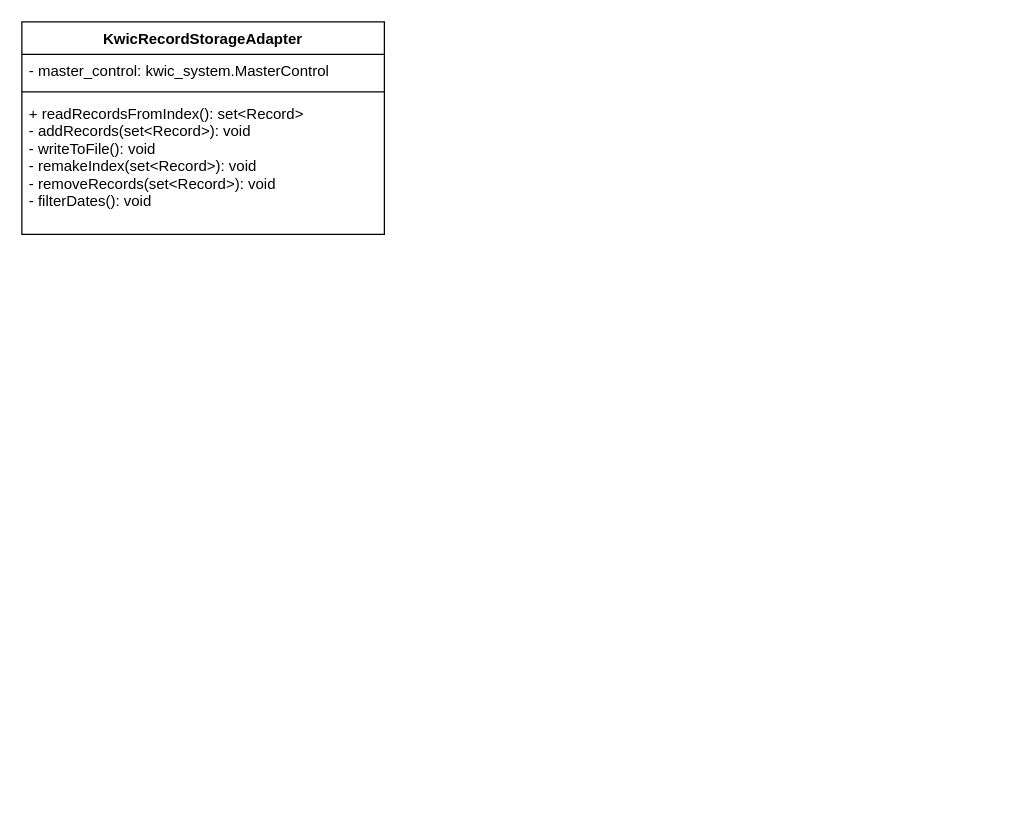
Earlier version of the draw.io diagram To-Do List Builder/cyberminer_class_diagram.drawio (kntnguyen94/To-Do-List-Builder). Source tidied: cells renumbered, new cells numbered last; positions are measured from the earlier drawing's top-left corner, leaving out a move shared by most shapes. Both pictures are drawn from the tidied source at 125%, with x=0, y=0 at pixel (21, 21).
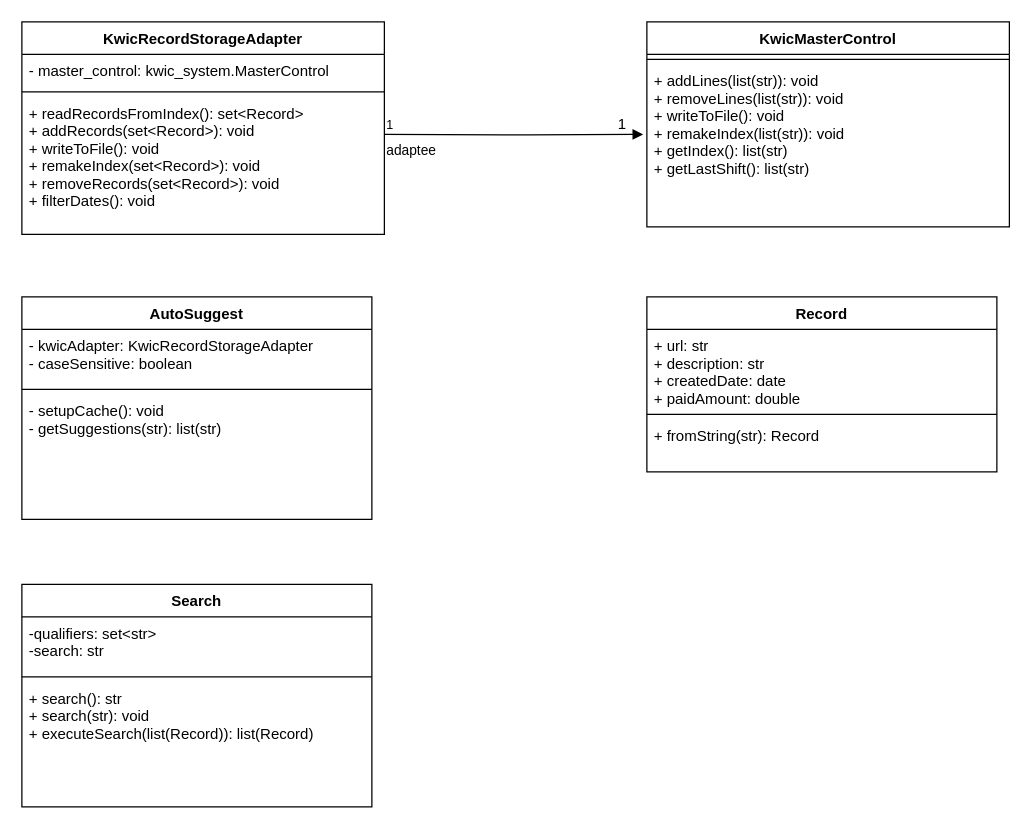
After the change.

Unchanged cells that the change refers to:
```xml
<mxCell id="2" value="KwicRecordStorageAdapter" style="swimlane;fontStyle=1;align=center;verticalAlign=top;horizontal=1;startSize=26;" parent="1" vertex="1">
  <mxGeometry width="290" height="170" as="geometry" />
</mxCell>
```

The edit, as a diff of the source:
```diff
@@
-    <mxCell id="5" value="+ readRecordsFromIndex(): set&lt;Record&gt;&#10;- addRecords(set&lt;Record&gt;): void&#10;- writeToFile(): void&#10;- remakeIndex(set&lt;Record&gt;): void&#10;- removeRecords(set&lt;Record&gt;): void&#10;- filterDates(): void" style="text;strokeColor=none;fillColor=none;align=left;verticalAlign=top;spacingLeft=4;spacingRight=4;overflow=hidden;" parent="2" vertex="1">
+    <mxCell id="5" value="+ readRecordsFromIndex(): set&lt;Record&gt;&#10;+ addRecords(set&lt;Record&gt;): void&#10;+ writeToFile(): void&#10;+ remakeIndex(set&lt;Record&gt;): void&#10;+ removeRecords(set&lt;Record&gt;): void&#10;+ filterDates(): void" style="text;strokeColor=none;fillColor=none;align=left;verticalAlign=top;spacingLeft=4;spacingRight=4;overflow=hidden;" parent="2" vertex="1">
       <mxGeometry y="60" width="290" height="110" as="geometry" />
     </mxCell>
+    <mxCell id="6" value="KwicMasterControl" style="swimlane;fontStyle=1;align=center;verticalAlign=top;horizontal=1;startSize=26;" parent="1" vertex="1">
+      <mxGeometry x="500" width="290" height="164" as="geometry" />
+    </mxCell>
+    <mxCell id="7" style="line;strokeWidth=1;fillColor=none;align=left;verticalAlign=middle;spacingTop=-1;spacingLeft=3;spacingRight=3;labelPosition=right;" parent="6" vertex="1">
+      <mxGeometry y="26" width="290" height="8" as="geometry" />
+    </mxCell>
+    <mxCell id="8" value="+ addLines(list(str)): void&#10;+ removeLines(list(str)): void&#10;+ writeToFile(): void&#10;+ remakeIndex(list(str)): void&#10;+ getIndex(): list(str)&#10;+ getLastShift(): list(str)&#10;" style="text;strokeColor=none;fillColor=none;align=left;verticalAlign=top;spacingLeft=4;spacingRight=4;overflow=hidden;points=[[0,0.5],[1,0.5]];portConstraint=eastwest;" parent="6" vertex="1">
+      <mxGeometry y="34" width="290" height="130" as="geometry" />
+    </mxCell>
+    <mxCell id="9" value="adaptee" style="endArrow=block;endFill=1;html=1;edgeStyle=orthogonalEdgeStyle;align=left;verticalAlign=top;entryX=-0.01;entryY=0.431;entryDx=0;entryDy=0;entryPerimeter=0;" parent="1" edge="1" target="8">
+      <mxGeometry x="-1" relative="1" as="geometry">
+        <mxPoint x="290" y="90" as="sourcePoint" />
+      </mxGeometry>
+    </mxCell>
+    <mxCell id="10" value="1" style="html=1;align=left;verticalAlign=bottom;labelBackgroundColor=#ffffff;fontSize=10;" parent="9" vertex="1">
+      <mxGeometry x="-1" relative="1" as="geometry" />
+    </mxCell>
+    <mxCell id="11" value="1" style="text;html=1;align=center;verticalAlign=middle;" parent="1" vertex="1">
+      <mxGeometry x="470" y="72" width="20" height="20" as="geometry" />
+    </mxCell>
+    <mxCell id="12" value="AutoSuggest" style="swimlane;fontStyle=1;align=center;verticalAlign=top;horizontal=1;startSize=26;" parent="1" vertex="1">
+      <mxGeometry y="220" width="280" height="178" as="geometry" />
+    </mxCell>
+    <mxCell id="13" value="- kwicAdapter: KwicRecordStorageAdapter&#10;- caseSensitive: boolean" style="text;strokeColor=none;fillColor=none;align=left;verticalAlign=top;spacingLeft=4;spacingRight=4;overflow=hidden;" parent="12" vertex="1">
+      <mxGeometry y="26" width="280" height="44" as="geometry" />
+    </mxCell>
+    <mxCell id="14" style="line;strokeWidth=1;fillColor=none;align=left;verticalAlign=middle;spacingTop=-1;spacingLeft=3;spacingRight=3;labelPosition=right;" parent="12" vertex="1">
+      <mxGeometry y="70" width="280" height="8" as="geometry" />
+    </mxCell>
+    <mxCell id="15" value="- setupCache(): void&#10;- getSuggestions(str): list(str)&#10;" style="text;strokeColor=none;fillColor=none;align=left;verticalAlign=top;spacingLeft=4;spacingRight=4;overflow=hidden;" parent="12" vertex="1">
+      <mxGeometry y="78" width="280" height="100" as="geometry" />
+    </mxCell>
+    <mxCell id="16" value="Record" style="swimlane;fontStyle=1;align=center;verticalAlign=top;horizontal=1;startSize=26;" parent="1" vertex="1">
+      <mxGeometry x="500" y="220" width="280" height="140" as="geometry" />
+    </mxCell>
+    <mxCell id="17" value="+ url: str&#10;+ description: str&#10;+ createdDate: date&#10;+ paidAmount: double" style="text;strokeColor=none;fillColor=none;align=left;verticalAlign=top;spacingLeft=4;spacingRight=4;overflow=hidden;" parent="16" vertex="1">
+      <mxGeometry y="26" width="280" height="64" as="geometry" />
+    </mxCell>
+    <mxCell id="18" style="line;strokeWidth=1;fillColor=none;align=left;verticalAlign=middle;spacingTop=-1;spacingLeft=3;spacingRight=3;labelPosition=right;" parent="16" vertex="1">
+      <mxGeometry y="90" width="280" height="8" as="geometry" />
+    </mxCell>
+    <mxCell id="19" value="+ fromString(str): Record" style="text;strokeColor=none;fillColor=none;align=left;verticalAlign=top;spacingLeft=4;spacingRight=4;overflow=hidden;" parent="16" vertex="1">
+      <mxGeometry y="98" width="280" height="42" as="geometry" />
+    </mxCell>
+    <mxCell id="20" value="Search" style="swimlane;fontStyle=1;align=center;verticalAlign=top;horizontal=1;startSize=26;" parent="1" vertex="1">
+      <mxGeometry y="450" width="280" height="178" as="geometry" />
+    </mxCell>
+    <mxCell id="21" value="-qualifiers: set&lt;str&gt;&#10;-search: str" style="text;strokeColor=none;fillColor=none;align=left;verticalAlign=top;spacingLeft=4;spacingRight=4;overflow=hidden;" parent="20" vertex="1">
+      <mxGeometry y="26" width="280" height="44" as="geometry" />
+    </mxCell>
+    <mxCell id="22" style="line;strokeWidth=1;fillColor=none;align=left;verticalAlign=middle;spacingTop=-1;spacingLeft=3;spacingRight=3;labelPosition=right;" parent="20" vertex="1">
+      <mxGeometry y="70" width="280" height="8" as="geometry" />
+    </mxCell>
+    <mxCell id="23" value="+ search(): str&#10;+ search(str): void&#10;+ executeSearch(list(Record)): list(Record)" style="text;strokeColor=none;fillColor=none;align=left;verticalAlign=top;spacingLeft=4;spacingRight=4;overflow=hidden;" parent="20" vertex="1">
+      <mxGeometry y="78" width="280" height="100" as="geometry" />
+    </mxCell>
```
